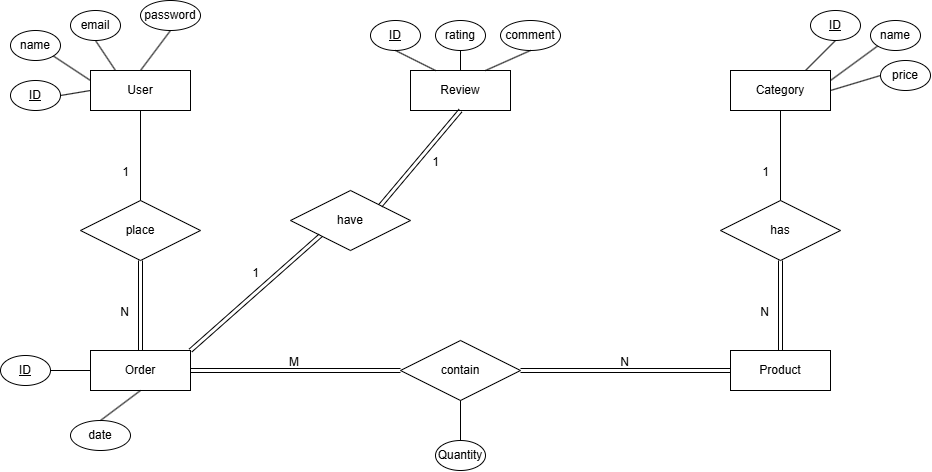
Above: Database_Task4/ERD.drawio.png in Abdullah-AlShamsi/SparkToCodeProjects (draw.io), before the change. Source tidied: cells renumbered, new cells last; positions are measured from the earlier drawing's top-left corner, leaving out a move shared by most shapes. Source of this version:
```xml
<mxGraphModel>
  <root>
    <mxCell id="0" />
    <mxCell id="1" parent="0" />
    <mxCell id="2" value="User" style="whiteSpace=wrap;html=1;align=center;" parent="1" vertex="1">
      <mxGeometry x="90" y="70" width="100" height="40" as="geometry" />
    </mxCell>
    <mxCell id="3" value="Category" style="whiteSpace=wrap;html=1;align=center;" parent="1" vertex="1">
      <mxGeometry x="730" y="70" width="100" height="40" as="geometry" />
    </mxCell>
    <mxCell id="4" value="Order" style="whiteSpace=wrap;html=1;align=center;" parent="1" vertex="1">
      <mxGeometry x="90" y="350" width="100" height="40" as="geometry" />
    </mxCell>
    <mxCell id="5" value="Product" style="whiteSpace=wrap;html=1;align=center;" parent="1" vertex="1">
      <mxGeometry x="730" y="350" width="100" height="40" as="geometry" />
    </mxCell>
    <mxCell id="6" value="Review" style="whiteSpace=wrap;html=1;align=center;" parent="1" vertex="1">
      <mxGeometry x="410" y="70" width="100" height="40" as="geometry" />
    </mxCell>
    <mxCell id="7" value="has" style="shape=rhombus;perimeter=rhombusPerimeter;whiteSpace=wrap;html=1;align=center;" parent="1" vertex="1">
      <mxGeometry x="720" y="200" width="120" height="60" as="geometry" />
    </mxCell>
    <mxCell id="8" style="endArrow=none;html=1;rounded=0;exitX=0.5;exitY=0;exitDx=0;exitDy=0;entryX=0.5;entryY=1;entryDx=0;entryDy=0;" parent="1" edge="1" source="7" target="3">
      <mxGeometry relative="1" as="geometry" />
    </mxCell>
    <mxCell id="9" value="1" style="html=1;whiteSpace=wrap;align=right;verticalAlign=bottom;" parent="8" vertex="1">
      <mxGeometry x="1" relative="1" as="geometry">
        <mxPoint x="-10" y="70" as="offset" />
      </mxGeometry>
    </mxCell>
    <mxCell id="10" style="shape=link;html=1;rounded=0;exitX=0.5;exitY=1;exitDx=0;exitDy=0;entryX=0.5;entryY=0;entryDx=0;entryDy=0;" parent="1" edge="1" source="7" target="5">
      <mxGeometry relative="1" as="geometry" />
    </mxCell>
    <mxCell id="11" value="N" style="html=1;whiteSpace=wrap;align=right;verticalAlign=bottom;" parent="10" vertex="1">
      <mxGeometry x="1" relative="1" as="geometry">
        <mxPoint x="-10" y="-30" as="offset" />
      </mxGeometry>
    </mxCell>
    <mxCell id="12" value="place" style="shape=rhombus;perimeter=rhombusPerimeter;whiteSpace=wrap;html=1;align=center;" parent="1" vertex="1">
      <mxGeometry x="80" y="200" width="120" height="60" as="geometry" />
    </mxCell>
    <mxCell id="13" style="endArrow=none;html=1;rounded=0;exitX=0.5;exitY=0;exitDx=0;exitDy=0;entryX=0.5;entryY=1;entryDx=0;entryDy=0;" parent="1" edge="1" source="12" target="2">
      <mxGeometry relative="1" as="geometry" />
    </mxCell>
    <mxCell id="14" value="1" style="html=1;whiteSpace=wrap;align=right;verticalAlign=bottom;" parent="13" vertex="1">
      <mxGeometry x="1" relative="1" as="geometry">
        <mxPoint x="-10" y="70" as="offset" />
      </mxGeometry>
    </mxCell>
    <mxCell id="15" style="shape=link;html=1;rounded=0;exitX=0.5;exitY=1;exitDx=0;exitDy=0;entryX=0.5;entryY=0;entryDx=0;entryDy=0;" parent="1" edge="1" source="12" target="4">
      <mxGeometry relative="1" as="geometry" />
    </mxCell>
    <mxCell id="16" value="N" style="html=1;whiteSpace=wrap;align=right;verticalAlign=bottom;" parent="15" vertex="1">
      <mxGeometry x="1" relative="1" as="geometry">
        <mxPoint x="-10" y="-30" as="offset" />
      </mxGeometry>
    </mxCell>
    <mxCell id="17" value="contain" style="shape=rhombus;perimeter=rhombusPerimeter;whiteSpace=wrap;html=1;align=center;" parent="1" vertex="1">
      <mxGeometry x="400" y="340" width="120" height="60" as="geometry" />
    </mxCell>
    <mxCell id="18" style="shape=link;html=1;rounded=0;exitX=1;exitY=0.5;exitDx=0;exitDy=0;entryX=0;entryY=0.5;entryDx=0;entryDy=0;" parent="1" edge="1" source="17" target="5">
      <mxGeometry relative="1" as="geometry" />
    </mxCell>
    <mxCell id="19" value="N" style="html=1;whiteSpace=wrap;align=right;verticalAlign=bottom;" parent="18" vertex="1">
      <mxGeometry x="1" relative="1" as="geometry">
        <mxPoint x="-100" as="offset" />
      </mxGeometry>
    </mxCell>
    <mxCell id="20" style="shape=link;html=1;rounded=0;exitX=1;exitY=0.5;exitDx=0;exitDy=0;entryX=0;entryY=0.5;entryDx=0;entryDy=0;" parent="1" edge="1" source="4" target="17">
      <mxGeometry relative="1" as="geometry" />
    </mxCell>
    <mxCell id="21" value="M" style="html=1;whiteSpace=wrap;align=right;verticalAlign=bottom;" parent="20" vertex="1">
      <mxGeometry x="1" relative="1" as="geometry">
        <mxPoint x="-100" as="offset" />
      </mxGeometry>
    </mxCell>
    <mxCell id="22" value="have" style="shape=rhombus;perimeter=rhombusPerimeter;whiteSpace=wrap;html=1;align=center;" parent="1" vertex="1">
      <mxGeometry x="290" y="190" width="120" height="60" as="geometry" />
    </mxCell>
    <mxCell id="23" style="shape=link;html=1;rounded=0;exitX=1;exitY=0;exitDx=0;exitDy=0;entryX=0;entryY=1;entryDx=0;entryDy=0;" parent="1" edge="1" source="4" target="22">
      <mxGeometry relative="1" as="geometry" />
    </mxCell>
    <mxCell id="24" value="1" style="html=1;whiteSpace=wrap;align=right;verticalAlign=bottom;" parent="23" vertex="1">
      <mxGeometry x="1" relative="1" as="geometry">
        <mxPoint x="-60" y="45" as="offset" />
      </mxGeometry>
    </mxCell>
    <mxCell id="25" style="shape=link;html=1;rounded=0;exitX=1;exitY=0;exitDx=0;exitDy=0;entryX=0.5;entryY=1;entryDx=0;entryDy=0;" parent="1" edge="1" source="22" target="6">
      <mxGeometry relative="1" as="geometry" />
    </mxCell>
    <mxCell id="26" value="1" style="html=1;whiteSpace=wrap;align=right;verticalAlign=bottom;" parent="25" vertex="1">
      <mxGeometry x="1" relative="1" as="geometry">
        <mxPoint x="-20" y="60" as="offset" />
      </mxGeometry>
    </mxCell>
    <mxCell id="27" value="name" style="ellipse;whiteSpace=wrap;html=1;align=center;" parent="1" vertex="1">
      <mxGeometry x="10" y="30" width="50" height="30" as="geometry" />
    </mxCell>
    <mxCell id="28" value="email" style="ellipse;whiteSpace=wrap;html=1;align=center;" parent="1" vertex="1">
      <mxGeometry x="70" y="10" width="50" height="30" as="geometry" />
    </mxCell>
    <mxCell id="29" value="password" style="ellipse;whiteSpace=wrap;html=1;align=center;" parent="1" vertex="1">
      <mxGeometry x="140" width="60" height="30" as="geometry" />
    </mxCell>
    <mxCell id="30" value="&lt;u&gt;ID&lt;/u&gt;" style="ellipse;whiteSpace=wrap;html=1;align=center;" parent="1" vertex="1">
      <mxGeometry x="10" y="80" width="50" height="30" as="geometry" />
    </mxCell>
    <mxCell id="31" style="endArrow=none;html=1;rounded=0;exitX=1;exitY=0.5;exitDx=0;exitDy=0;entryX=0;entryY=0.5;entryDx=0;entryDy=0;" parent="1" edge="1" source="30" target="2">
      <mxGeometry relative="1" as="geometry" />
    </mxCell>
    <mxCell id="32" style="endArrow=none;html=1;rounded=0;exitX=1;exitY=1;exitDx=0;exitDy=0;entryX=0;entryY=0.25;entryDx=0;entryDy=0;" parent="1" edge="1" source="27" target="2">
      <mxGeometry relative="1" as="geometry" />
    </mxCell>
    <mxCell id="33" style="endArrow=none;html=1;rounded=0;exitX=0.5;exitY=1;exitDx=0;exitDy=0;entryX=0.25;entryY=0;entryDx=0;entryDy=0;" parent="1" edge="1" source="28" target="2">
      <mxGeometry relative="1" as="geometry" />
    </mxCell>
    <mxCell id="34" style="endArrow=none;html=1;rounded=0;exitX=0.5;exitY=1;exitDx=0;exitDy=0;entryX=0.5;entryY=0;entryDx=0;entryDy=0;" parent="1" edge="1" source="29" target="2">
      <mxGeometry relative="1" as="geometry" />
    </mxCell>
    <mxCell id="35" value="name" style="ellipse;whiteSpace=wrap;html=1;align=center;" parent="1" vertex="1">
      <mxGeometry x="870" y="20" width="50" height="30" as="geometry" />
    </mxCell>
    <mxCell id="36" value="price" style="ellipse;whiteSpace=wrap;html=1;align=center;" parent="1" vertex="1">
      <mxGeometry x="880" y="60" width="50" height="30" as="geometry" />
    </mxCell>
    <mxCell id="37" value="&lt;u&gt;ID&lt;/u&gt;" style="ellipse;whiteSpace=wrap;html=1;align=center;" parent="1" vertex="1">
      <mxGeometry x="810" y="10" width="50" height="30" as="geometry" />
    </mxCell>
    <mxCell id="38" style="endArrow=none;html=1;rounded=0;exitX=0.5;exitY=1;exitDx=0;exitDy=0;entryX=0.75;entryY=0;entryDx=0;entryDy=0;" parent="1" edge="1" source="37" target="3">
      <mxGeometry relative="1" as="geometry" />
    </mxCell>
    <mxCell id="39" style="endArrow=none;html=1;rounded=0;exitX=0;exitY=1;exitDx=0;exitDy=0;entryX=1;entryY=0.25;entryDx=0;entryDy=0;" parent="1" edge="1" source="35" target="3">
      <mxGeometry relative="1" as="geometry" />
    </mxCell>
    <mxCell id="40" style="endArrow=none;html=1;rounded=0;exitX=0;exitY=0.5;exitDx=0;exitDy=0;entryX=1;entryY=0.5;entryDx=0;entryDy=0;" parent="1" edge="1" source="36" target="3">
      <mxGeometry relative="1" as="geometry" />
    </mxCell>
    <mxCell id="41" value="Quantity" style="ellipse;whiteSpace=wrap;html=1;align=center;" parent="1" vertex="1">
      <mxGeometry x="435" y="440" width="50" height="30" as="geometry" />
    </mxCell>
    <mxCell id="42" value="date" style="ellipse;whiteSpace=wrap;html=1;align=center;" parent="1" vertex="1">
      <mxGeometry x="70" y="420" width="60" height="30" as="geometry" />
    </mxCell>
    <mxCell id="43" style="endArrow=none;html=1;rounded=0;exitX=0.5;exitY=0;exitDx=0;exitDy=0;entryX=0.5;entryY=1;entryDx=0;entryDy=0;" parent="1" edge="1" source="41" target="17">
      <mxGeometry relative="1" as="geometry" />
    </mxCell>
    <mxCell id="44" style="endArrow=none;html=1;rounded=0;exitX=0.5;exitY=0;exitDx=0;exitDy=0;entryX=0.5;entryY=1;entryDx=0;entryDy=0;" parent="1" edge="1" source="42" target="4">
      <mxGeometry relative="1" as="geometry" />
    </mxCell>
    <mxCell id="45" value="&lt;u&gt;ID&lt;/u&gt;" style="ellipse;whiteSpace=wrap;html=1;align=center;" parent="1" vertex="1">
      <mxGeometry y="355" width="50" height="30" as="geometry" />
    </mxCell>
    <mxCell id="46" style="endArrow=none;html=1;rounded=0;exitX=1;exitY=0.5;exitDx=0;exitDy=0;entryX=0;entryY=0.5;entryDx=0;entryDy=0;" parent="1" edge="1" source="45" target="4">
      <mxGeometry relative="1" as="geometry" />
    </mxCell>
    <mxCell id="47" value="rating" style="ellipse;whiteSpace=wrap;html=1;align=center;" parent="1" vertex="1">
      <mxGeometry x="435" y="20" width="50" height="30" as="geometry" />
    </mxCell>
    <mxCell id="48" value="&lt;u&gt;ID&lt;/u&gt;" style="ellipse;whiteSpace=wrap;html=1;align=center;" parent="1" vertex="1">
      <mxGeometry x="370" y="20" width="50" height="30" as="geometry" />
    </mxCell>
    <mxCell id="49" style="endArrow=none;html=1;rounded=0;exitX=0.5;exitY=1;exitDx=0;exitDy=0;entryX=0.25;entryY=0;entryDx=0;entryDy=0;" parent="1" edge="1" source="48" target="6">
      <mxGeometry relative="1" as="geometry" />
    </mxCell>
    <mxCell id="50" style="endArrow=none;html=1;rounded=0;exitX=0.5;exitY=1;exitDx=0;exitDy=0;entryX=0.5;entryY=0;entryDx=0;entryDy=0;" parent="1" edge="1" source="47" target="6">
      <mxGeometry relative="1" as="geometry" />
    </mxCell>
    <mxCell id="51" value="comment" style="ellipse;whiteSpace=wrap;html=1;align=center;" parent="1" vertex="1">
      <mxGeometry x="500" y="20" width="60" height="30" as="geometry" />
    </mxCell>
    <mxCell id="52" style="endArrow=none;html=1;rounded=0;exitX=0.5;exitY=1;exitDx=0;exitDy=0;entryX=0.75;entryY=0;entryDx=0;entryDy=0;" parent="1" edge="1" source="51" target="6">
      <mxGeometry relative="1" as="geometry" />
    </mxCell>
  </root>
</mxGraphModel>
```
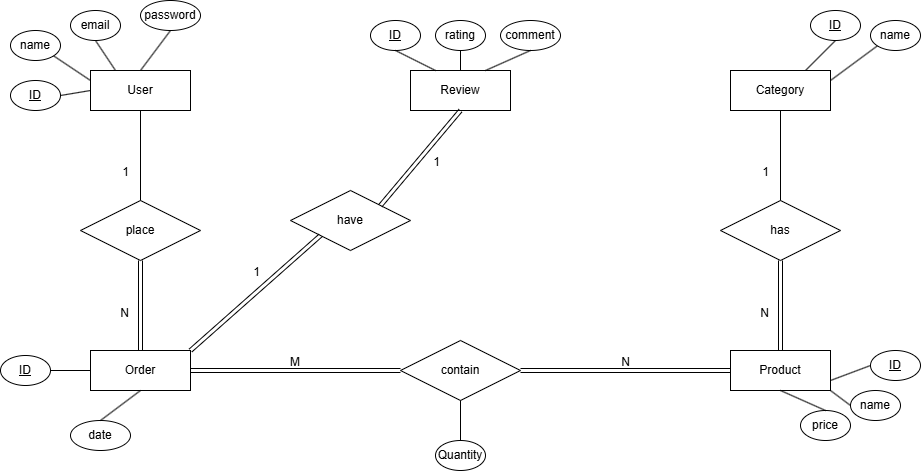
The same file after the commit.

The edit, as a diff of the source:
```diff
@@ -120,9 +120,6 @@
     <mxCell id="35" value="name" style="ellipse;whiteSpace=wrap;html=1;align=center;" parent="1" vertex="1">
       <mxGeometry x="870" y="20" width="50" height="30" as="geometry" />
     </mxCell>
-    <mxCell id="36" value="price" style="ellipse;whiteSpace=wrap;html=1;align=center;" parent="1" vertex="1">
-      <mxGeometry x="880" y="60" width="50" height="30" as="geometry" />
-    </mxCell>
     <mxCell id="37" value="&lt;u&gt;ID&lt;/u&gt;" style="ellipse;whiteSpace=wrap;html=1;align=center;" parent="1" vertex="1">
       <mxGeometry x="810" y="10" width="50" height="30" as="geometry" />
     </mxCell>
@@ -132,9 +129,6 @@
     <mxCell id="39" style="endArrow=none;html=1;rounded=0;exitX=0;exitY=1;exitDx=0;exitDy=0;entryX=1;entryY=0.25;entryDx=0;entryDy=0;" parent="1" edge="1" source="35" target="3">
       <mxGeometry relative="1" as="geometry" />
     </mxCell>
-    <mxCell id="40" style="endArrow=none;html=1;rounded=0;exitX=0;exitY=0.5;exitDx=0;exitDy=0;entryX=1;entryY=0.5;entryDx=0;entryDy=0;" parent="1" edge="1" source="36" target="3">
-      <mxGeometry relative="1" as="geometry" />
-    </mxCell>
     <mxCell id="41" value="Quantity" style="ellipse;whiteSpace=wrap;html=1;align=center;" parent="1" vertex="1">
       <mxGeometry x="435" y="440" width="50" height="30" as="geometry" />
     </mxCell>
@@ -171,5 +165,25 @@
     <mxCell id="52" style="endArrow=none;html=1;rounded=0;exitX=0.5;exitY=1;exitDx=0;exitDy=0;entryX=0.75;entryY=0;entryDx=0;entryDy=0;" parent="1" edge="1" source="51" target="6">
       <mxGeometry relative="1" as="geometry" />
     </mxCell>
+    <mxCell id="53" value="name" style="ellipse;whiteSpace=wrap;html=1;align=center;" parent="1" vertex="1">
+      <mxGeometry x="850" y="390" width="50" height="30" as="geometry" />
+    </mxCell>
+    <mxCell id="36" value="price" style="ellipse;whiteSpace=wrap;html=1;align=center;" parent="1" vertex="1">
+      <mxGeometry x="800" y="410" width="50" height="30" as="geometry" />
+    </mxCell>
+    <mxCell id="54" value="&lt;u&gt;ID&lt;/u&gt;" style="ellipse;whiteSpace=wrap;html=1;align=center;" parent="1" vertex="1">
+      <mxGeometry x="870" y="350" width="50" height="30" as="geometry" />
+    </mxCell>
+    <mxCell id="55" style="endArrow=none;html=1;rounded=0;exitX=0;exitY=0.5;exitDx=0;exitDy=0;entryX=0.75;entryY=0;entryDx=0;entryDy=0;" parent="1" edge="1" source="54">
+      <mxGeometry relative="1" as="geometry">
+        <mxPoint x="830" y="380" as="targetPoint" />
+      </mxGeometry>
+    </mxCell>
+    <mxCell id="56" style="endArrow=none;html=1;rounded=0;exitX=0;exitY=0.5;exitDx=0;exitDy=0;entryX=1;entryY=1;entryDx=0;entryDy=0;" parent="1" edge="1" source="53" target="5">
+      <mxGeometry relative="1" as="geometry" />
+    </mxCell>
+    <mxCell id="57" style="endArrow=none;html=1;rounded=0;exitX=0.5;exitY=0;exitDx=0;exitDy=0;entryX=0.5;entryY=1;entryDx=0;entryDy=0;" parent="1" edge="1" source="36" target="5">
+      <mxGeometry relative="1" as="geometry" />
+    </mxCell>
   </root>
 </mxGraphModel>
```
